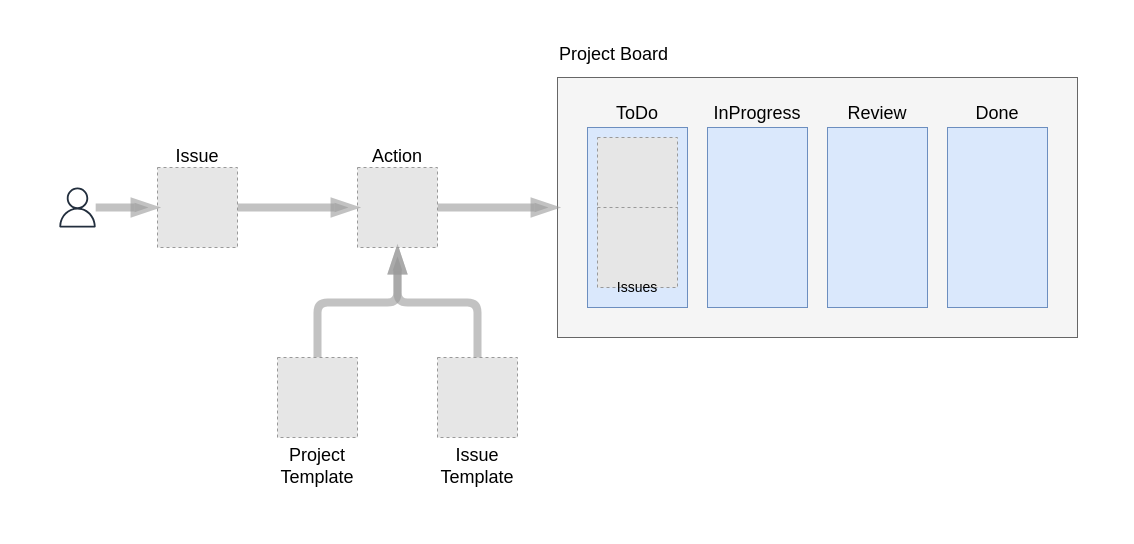
Above: docs/images/pb-action.drawio in jefeish/project-template-action (draw.io), before the change. Source tidied: cells renumbered, new cells numbered last; positions are measured from the earlier drawing's top-left corner, leaving out a move shared by most shapes. Both pictures are drawn from the tidied source at 100%, with x=0, y=0 at pixel (17, 17). Pictures stored in the file or linked from it are replaced by grey dashed boxes.
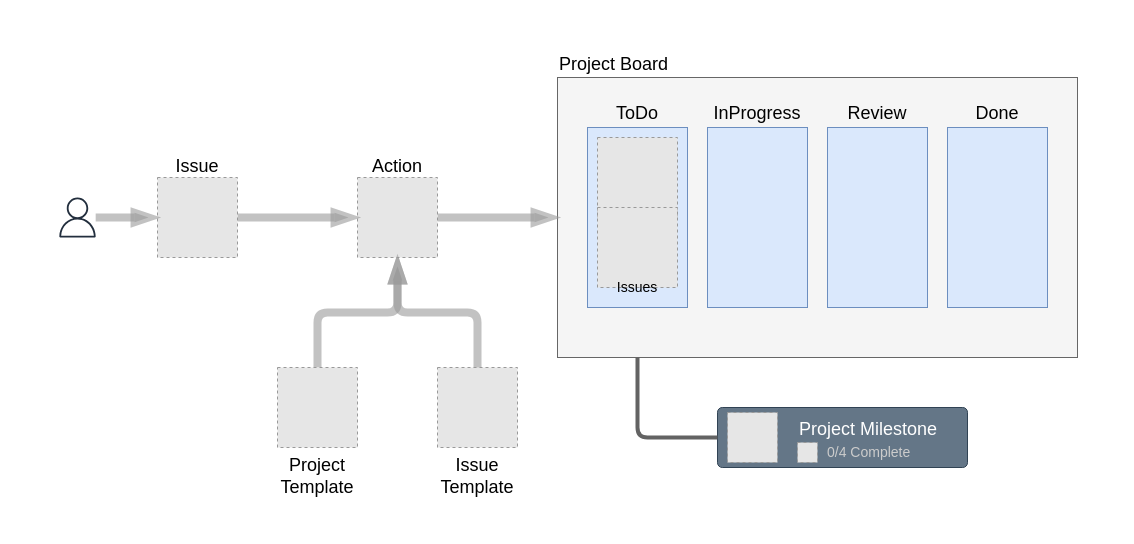
The same page after the edit.

Diff of the diagram source:
```diff
@@
     <mxCell id="2" style="rounded=0;whiteSpace=wrap;html=1;opacity=80;strokeColor=none;" parent="1" vertex="1">
-      <mxGeometry width="1100" height="500" as="geometry" />
+      <mxGeometry y="10" width="1100" height="500" as="geometry" />
     </mxCell>
     <mxCell id="3" style="rounded=0;whiteSpace=wrap;html=1;fillColor=#f5f5f5;fontFamily=varela round;fontSize=18;verticalAlign=bottom;labelPosition=left;verticalLabelPosition=top;align=right;strokeColor=#666666;fontColor=#333333;" parent="1" vertex="1">
-      <mxGeometry x="540" y="60" width="520" height="260" as="geometry" />
+      <mxGeometry x="540" y="60" width="520" height="280" as="geometry" />
     </mxCell>
@@
     <mxCell id="10" value="Action" style="fillColor=#E6E6E6;strokeColor=#999999;dashed=1;verticalLabelPosition=top;verticalAlign=bottom;fontFamily=varela round;fontSize=18;labelPosition=center;align=center;" parent="1" vertex="1">
-      <mxGeometry x="340" y="150" width="80" height="80" as="geometry" />
+      <mxGeometry x="340" y="160" width="80" height="80" as="geometry" />
     </mxCell>
     <mxCell id="11" value="Issue &#10;Template" style="fillColor=#E6E6E6;strokeColor=#999999;dashed=1;verticalLabelPosition=bottom;verticalAlign=top;fontFamily=varela round;fontSize=18;" parent="1" vertex="1">
-      <mxGeometry x="420" y="340" width="80" height="80" as="geometry" />
+      <mxGeometry x="420" y="350" width="80" height="80" as="geometry" />
     </mxCell>
@@
     <mxCell id="15" value="Project &#10;Template" style="fillColor=#E6E6E6;strokeColor=#999999;dashed=1;verticalLabelPosition=bottom;verticalAlign=top;fontFamily=varela round;fontSize=18;" parent="1" vertex="1">
-      <mxGeometry x="260" y="340" width="80" height="80" as="geometry" />
+      <mxGeometry x="260" y="350" width="80" height="80" as="geometry" />
     </mxCell>
     <mxCell id="16" value="Project Board" style="text;whiteSpace=wrap;fontSize=18;fontFamily=varela round;" parent="1" vertex="1">
-      <mxGeometry x="540" y="20" width="140" height="40" as="geometry" />
+      <mxGeometry x="540" y="30" width="140" height="40" as="geometry" />
     </mxCell>
@@
     <mxCell id="18" value="Issue" style="fillColor=#E6E6E6;strokeColor=#999999;dashed=1;verticalLabelPosition=top;verticalAlign=bottom;fontFamily=varela round;fontSize=18;align=center;labelPosition=center;" parent="1" vertex="1">
-      <mxGeometry x="140" y="150" width="80" height="80" as="geometry" />
+      <mxGeometry x="140" y="160" width="80" height="80" as="geometry" />
     </mxCell>
@@
     <mxCell id="20" style="outlineConnect=0;fontColor=#232F3E;gradientColor=none;fillColor=#232F3E;strokeColor=none;dashed=0;verticalLabelPosition=bottom;verticalAlign=top;align=center;html=1;fontSize=12;fontStyle=0;shape=mxgraph.aws4.user;" parent="1" vertex="1">
-      <mxGeometry x="40" y="170" width="40" height="40" as="geometry" />
+      <mxGeometry x="40" y="180" width="40" height="40" as="geometry" />
     </mxCell>
@@
+    <mxCell id="22" style="group;" parent="1" vertex="1">
+      <mxGeometry x="700" y="390" width="250" height="60" as="geometry" />
+    </mxCell>
+    <mxCell id="23" style="rounded=1;whiteSpace=wrap;html=1;arcSize=8;fillColor=#647687;strokeColor=#314354;fontColor=#ffffff;" parent="22" vertex="1">
+      <mxGeometry width="250" height="60" as="geometry" />
+    </mxCell>
+    <mxCell id="24" value="Project Milestone" style="text;whiteSpace=wrap;fontSize=18;fontFamily=varela round;fontColor=#FFFFFF;" parent="22" vertex="1">
+      <mxGeometry x="80" y="5" width="160" height="30" as="geometry" />
+    </mxCell>
+    <mxCell id="25" style="fillColor=#E6E6E6;strokeColor=#999999;dashed=1;verticalLabelPosition=bottom;labelBackgroundColor=#ffffff;verticalAlign=top;" parent="22" vertex="1">
+      <mxGeometry x="80" y="35" width="20" height="20" as="geometry" />
+    </mxCell>
+    <mxCell id="26" style="fillColor=#E6E6E6;strokeColor=#999999;dashed=1;verticalLabelPosition=bottom;verticalAlign=top;" parent="22" vertex="1">
+      <mxGeometry x="10" y="5" width="50" height="50" as="geometry" />
+    </mxCell>
+    <mxCell id="27" value="0/4 Complete" style="text;whiteSpace=wrap;fontSize=14;fontFamily=varela round;fontColor=#CCCCCC;" parent="22" vertex="1">
+      <mxGeometry x="107.5" y="30" width="125" height="30" as="geometry" />
+    </mxCell>
+    <mxCell id="28" style="edgeStyle=orthogonalEdgeStyle;rounded=1;jettySize=auto;html=1;fontSize=14;fontColor=#CCCCCC;endArrow=none;endFill=0;strokeColor=#636363;strokeWidth=4;exitX=0;exitY=0.5;exitDx=0;exitDy=0;" parent="1" edge="1" source="23" target="3">
+      <mxGeometry relative="1" as="geometry">
+        <Array as="points">
+          <mxPoint x="620" y="420" />
+        </Array>
+      </mxGeometry>
+    </mxCell>
```
